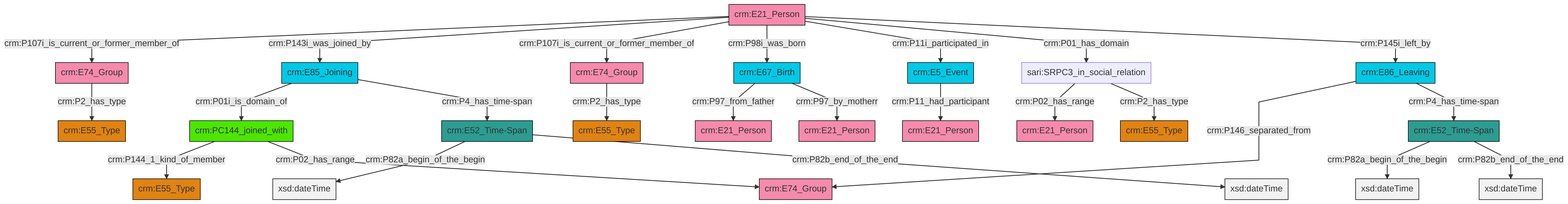
Earlier version of the Mermaid export et/personCSV/ttl/mmd/png/Person_Actor_Relations.png (swiss-art-research-net/docs.swissartresearch). Its source is kept beside it as et/personCSV/ttl/mmd/Person_Actor_Relations.ttl.mmd.
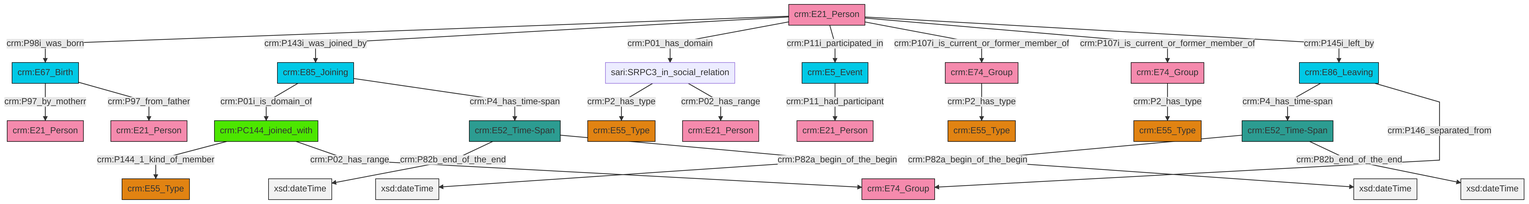
Later version of the same file.

The edit, as a diff of the source:
```diff
@@ -13,27 +13,27 @@
 classDef PC_Classes fill:#4ce600, stroke:#000000;
 classDef Multi fill:#cccccc,stroke:#000000;
 
-2["crm:E21_Person"]:::Actor -->|crm:P107i_is_current_or_former_member_of| 3["crm:E74_Group"]:::Actor
-4["crm:E74_Group"]:::Actor -->|crm:P2_has_type| 5["crm:E55_Type"]:::Type
-2["crm:E21_Person"]:::Actor -->|crm:P143i_was_joined_by| 6["crm:E85_Joining"]:::Temporal_Entity
-7["crm:E52_Time-Span"]:::Time-Span -->|crm:P82a_begin_of_the_begin| 8[xsd:dateTime]:::Literal
-2["crm:E21_Person"]:::Actor -->|crm:P107i_is_current_or_former_member_of| 4["crm:E74_Group"]:::Actor
-9["crm:E86_Leaving"]:::Temporal_Entity -->|crm:P146_separated_from| 12["crm:E74_Group"]:::Actor
-2["crm:E21_Person"]:::Actor -->|crm:P98i_was_born| 14["crm:E67_Birth"]:::Temporal_Entity
-15["crm:PC144_joined_with"]:::PC_Classes -->|crm:P144_1_kind_of_member| 16["crm:E55_Type"]:::Type
-2["crm:E21_Person"]:::Actor -->|crm:P11i_participated_in| 17["crm:E5_Event"]:::Temporal_Entity
-14["crm:E67_Birth"]:::Temporal_Entity -->|crm:P97_from_father| 18["crm:E21_Person"]:::Actor
-2["crm:E21_Person"]:::Actor -->|crm:P01_has_domain| 0["sari:SRPC3_in_social_relation"]:::Default
-17["crm:E5_Event"]:::Temporal_Entity -->|crm:P11_had_participant| 20["crm:E21_Person"]:::Actor
-14["crm:E67_Birth"]:::Temporal_Entity -->|crm:P97_by_motherr| 22["crm:E21_Person"]:::Actor
-0["sari:SRPC3_in_social_relation"]:::Default -->|crm:P02_has_range| 23["crm:E21_Person"]:::Actor
-7["crm:E52_Time-Span"]:::Time-Span -->|crm:P82b_end_of_the_end| 24[xsd:dateTime]:::Literal
-9["crm:E86_Leaving"]:::Temporal_Entity -->|crm:P4_has_time-span| 28["crm:E52_Time-Span"]:::Time-Span
-3["crm:E74_Group"]:::Actor -->|crm:P2_has_type| 30["crm:E55_Type"]:::Type
-6["crm:E85_Joining"]:::Temporal_Entity -->|crm:P01i_is_domain_of| 15["crm:PC144_joined_with"]:::PC_Classes
-2["crm:E21_Person"]:::Actor -->|crm:P145i_left_by| 9["crm:E86_Leaving"]:::Temporal_Entity
-15["crm:PC144_joined_with"]:::PC_Classes -->|crm:P02_has_range| 12["crm:E74_Group"]:::Actor
-0["sari:SRPC3_in_social_relation"]:::Default -->|crm:P2_has_type| 26["crm:E55_Type"]:::Type
-6["crm:E85_Joining"]:::Temporal_Entity -->|crm:P4_has_time-span| 7["crm:E52_Time-Span"]:::Time-Span
-28["crm:E52_Time-Span"]:::Time-Span -->|crm:P82a_begin_of_the_begin| 43[xsd:dateTime]:::Literal
-28["crm:E52_Time-Span"]:::Time-Span -->|crm:P82b_end_of_the_end| 46[xsd:dateTime]:::Literal
+0["crm:E21_Person"]:::Actor -->|crm:P98i_was_born| 1["crm:E67_Birth"]:::Temporal_Entity
+6["sari:SRPC3_in_social_relation"]:::Default -->|crm:P2_has_type| 7["crm:E55_Type"]:::Type
+11["crm:E74_Group"]:::Actor -->|crm:P2_has_type| 12["crm:E55_Type"]:::Type
+6["sari:SRPC3_in_social_relation"]:::Default -->|crm:P02_has_range| 14["crm:E21_Person"]:::Actor
+15["crm:E52_Time-Span"]:::Time-Span -->|crm:P82b_end_of_the_end| 16[xsd:dateTime]:::Literal
+18["crm:E86_Leaving"]:::Temporal_Entity -->|crm:P4_has_time-span| 4["crm:E52_Time-Span"]:::Time-Span
+0["crm:E21_Person"]:::Actor -->|crm:P143i_was_joined_by| 2["crm:E85_Joining"]:::Temporal_Entity
+15["crm:E52_Time-Span"]:::Time-Span -->|crm:P82a_begin_of_the_begin| 19[xsd:dateTime]:::Literal
+0["crm:E21_Person"]:::Actor -->|crm:P01_has_domain| 6["sari:SRPC3_in_social_relation"]:::Default
+23["crm:PC144_joined_with"]:::PC_Classes -->|crm:P144_1_kind_of_member| 24["crm:E55_Type"]:::Type
+0["crm:E21_Person"]:::Actor -->|crm:P11i_participated_in| 26["crm:E5_Event"]:::Temporal_Entity
+2["crm:E85_Joining"]:::Temporal_Entity -->|crm:P01i_is_domain_of| 23["crm:PC144_joined_with"]:::PC_Classes
+4["crm:E52_Time-Span"]:::Time-Span -->|crm:P82a_begin_of_the_begin| 29[xsd:dateTime]:::Literal
+0["crm:E21_Person"]:::Actor -->|crm:P107i_is_current_or_former_member_of| 11["crm:E74_Group"]:::Actor
+23["crm:PC144_joined_with"]:::PC_Classes -->|crm:P02_has_range| 32["crm:E74_Group"]:::Actor
+18["crm:E86_Leaving"]:::Temporal_Entity -->|crm:P146_separated_from| 32["crm:E74_Group"]:::Actor
+1["crm:E67_Birth"]:::Temporal_Entity -->|crm:P97_by_motherr| 20["crm:E21_Person"]:::Actor
+2["crm:E85_Joining"]:::Temporal_Entity -->|crm:P4_has_time-span| 15["crm:E52_Time-Span"]:::Time-Span
+4["crm:E52_Time-Span"]:::Time-Span -->|crm:P82b_end_of_the_end| 39[xsd:dateTime]:::Literal
+26["crm:E5_Event"]:::Temporal_Entity -->|crm:P11_had_participant| 9["crm:E21_Person"]:::Actor
+1["crm:E67_Birth"]:::Temporal_Entity -->|crm:P97_from_father| 27["crm:E21_Person"]:::Actor
+0["crm:E21_Person"]:::Actor -->|crm:P107i_is_current_or_former_member_of| 42["crm:E74_Group"]:::Actor
+42["crm:E74_Group"]:::Actor -->|crm:P2_has_type| 34["crm:E55_Type"]:::Type
+0["crm:E21_Person"]:::Actor -->|crm:P145i_left_by| 18["crm:E86_Leaving"]:::Temporal_Entity
```
